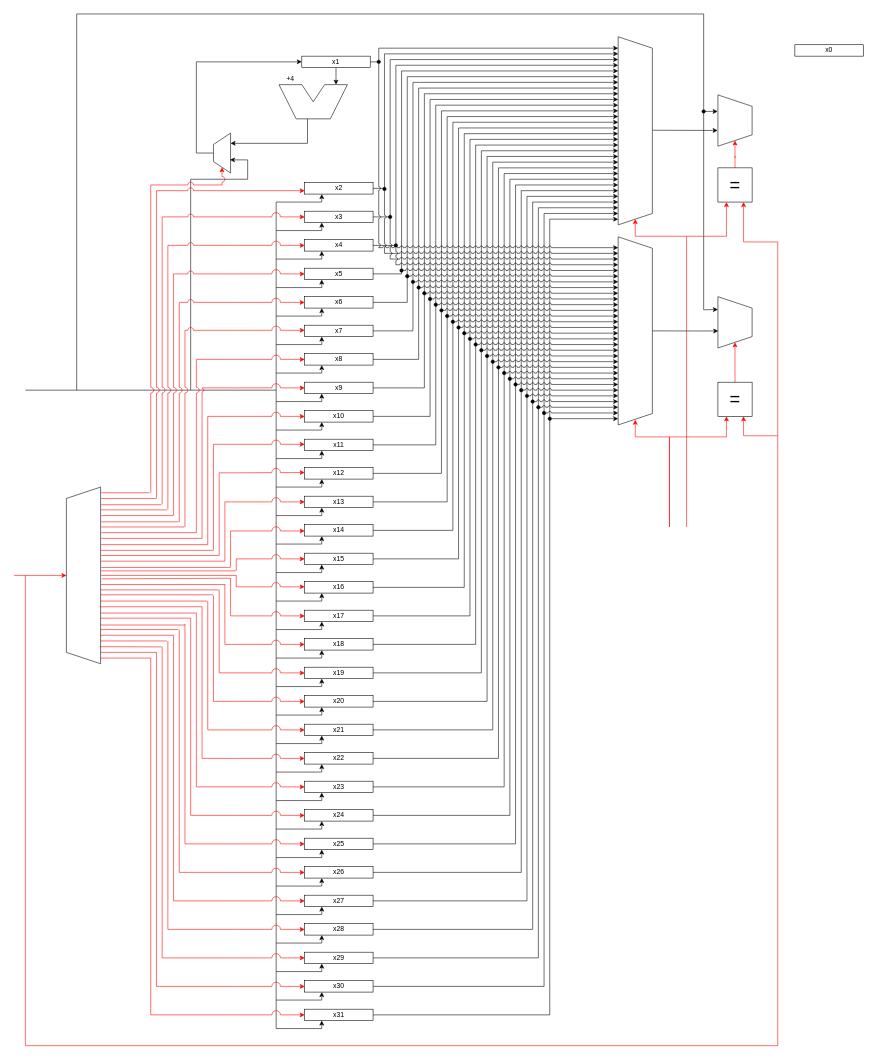
Kaveesha-98/065-538-720-GNC keeps this draw.io diagram as page "RegisterFile" (2 of 2) of Circuit_Drawings/DataPath.drawio. Above is the earlier version. Source tidied: cells renumbered, new cells numbered last; positions are measured from the earlier drawing's top-left corner, leaving out a move shared by most shapes. Both pictures are drawn from the tidied source at 57%, with x=0, y=0 at pixel (14, 14).
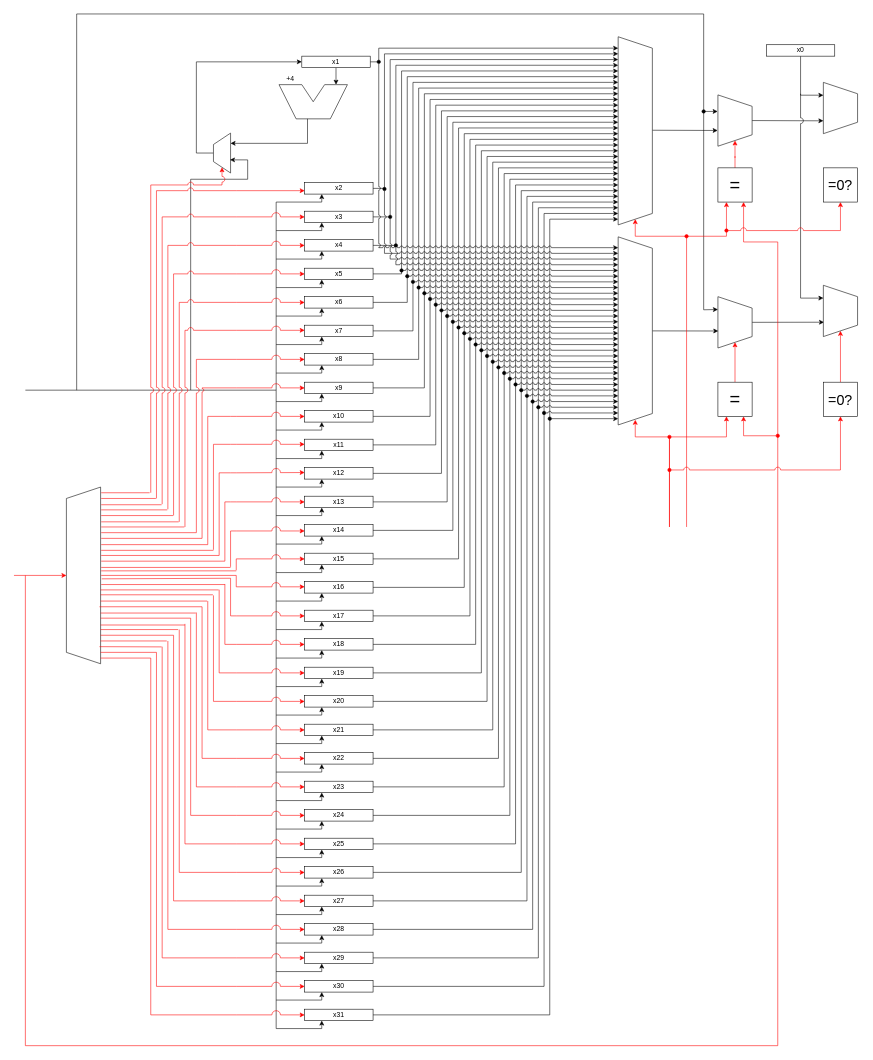
Above is the later version.

Unchanged cells that the change refers to:
```xml
<mxCell id="234" style="shape=trapezoid;perimeter=trapezoidPerimeter;whiteSpace=wrap;html=1;fixedSize=1;startSize=0;direction=south;" parent="1" vertex="1">
  <mxGeometry x="1235" y="142" width="60" height="90" as="geometry" />
</mxCell>
<mxCell id="237" style="shape=trapezoid;perimeter=trapezoidPerimeter;whiteSpace=wrap;html=1;fixedSize=1;startSize=0;direction=south;" parent="1" vertex="1">
  <mxGeometry x="1235" y="496" width="60" height="90" as="geometry" />
</mxCell>
<mxCell id="240" value="&lt;font style=&quot;font-size: 32px&quot;&gt;=&lt;/font&gt;" style="whiteSpace=wrap;html=1;startSize=0;" parent="1" vertex="1">
  <mxGeometry x="1235" y="646" width="60" height="60" as="geometry" />
</mxCell>
<mxCell id="242" value="&lt;font style=&quot;font-size: 32px&quot;&gt;=&lt;/font&gt;" style="whiteSpace=wrap;html=1;startSize=0;" parent="1" vertex="1">
  <mxGeometry x="1235" y="270" width="60" height="60" as="geometry" />
</mxCell>
```

Diff of the diagram source:
```diff
@@
+    <mxCell id="247" style="edgeStyle=orthogonalEdgeStyle;rounded=0;jumpStyle=arc;jumpSize=10;jettySize=auto;html=1;exitX=0.5;exitY=1;exitDx=0;exitDy=0;entryX=0.25;entryY=1;entryDx=0;entryDy=0;startArrow=none;startFill=0;startSize=6;endSize=6;sourcePerimeterSpacing=6;targetPerimeterSpacing=6;" parent="1" edge="1" source="2" target="250">
+      <mxGeometry relative="1" as="geometry" />
+    </mxCell>
     <mxCell id="2" value="x0" style="rounded=0;whiteSpace=wrap;html=1;" parent="1" vertex="1">
-      <mxGeometry x="1370" y="54" width="120" height="20" as="geometry" />
+      <mxGeometry x="1320" y="54" width="120" height="20" as="geometry" />
     </mxCell>
@@
+    <mxCell id="248" style="edgeStyle=orthogonalEdgeStyle;rounded=0;jumpStyle=arc;jumpSize=10;jettySize=auto;html=1;exitX=0.5;exitY=0;exitDx=0;exitDy=0;entryX=0.75;entryY=1;entryDx=0;entryDy=0;startArrow=none;startFill=0;endArrow=classic;endFill=1;startSize=6;endSize=6;sourcePerimeterSpacing=6;targetPerimeterSpacing=6;strokeColor=#000000;" parent="1" edge="1" source="234" target="250">
+      <mxGeometry relative="1" as="geometry" />
+    </mxCell>
@@
+    <mxCell id="249" style="edgeStyle=orthogonalEdgeStyle;rounded=0;jumpStyle=arc;jumpSize=10;jettySize=auto;html=1;exitX=0.5;exitY=0;exitDx=0;exitDy=0;startArrow=none;startFill=0;endArrow=classic;endFill=1;startSize=6;endSize=6;sourcePerimeterSpacing=6;targetPerimeterSpacing=6;strokeColor=#000000;entryX=0.72;entryY=0.982;entryDx=0;entryDy=0;entryPerimeter=0;" parent="1" edge="1" source="237" target="253">
+      <mxGeometry relative="1" as="geometry" />
+    </mxCell>
@@
-    <mxCell id="244" style="endArrow=classic;html=1;startSize=6;endSize=6;sourcePerimeterSpacing=6;targetPerimeterSpacing=6;strokeColor=#FF0000;entryX=0.75;entryY=1;entryDx=0;entryDy=0;rounded=0;" parent="1" edge="1" target="240">
+    <mxCell id="244" style="endArrow=classic;html=1;startSize=6;endSize=6;sourcePerimeterSpacing=6;targetPerimeterSpacing=6;strokeColor=#FF0000;entryX=0.75;entryY=1;entryDx=0;entryDy=0;rounded=0;startArrow=oval;startFill=1;" parent="1" edge="1" target="240">
       <mxGeometry relative="1" as="geometry">
         <mxPoint x="1340" y="740" as="sourcePoint" />
         <Array as="points">
           <mxPoint x="1280" y="740" />
         </Array>
       </mxGeometry>
     </mxCell>
-    <mxCell id="245" style="endArrow=classic;html=1;startSize=6;endSize=6;sourcePerimeterSpacing=6;targetPerimeterSpacing=6;strokeColor=#FF0000;entryX=0.25;entryY=1;entryDx=0;entryDy=0;rounded=0;" parent="1" edge="1" target="240">
+    <mxCell id="245" style="endArrow=classic;html=1;startSize=6;endSize=6;sourcePerimeterSpacing=6;targetPerimeterSpacing=6;strokeColor=#FF0000;entryX=0.25;entryY=1;entryDx=0;entryDy=0;rounded=0;startArrow=oval;startFill=1;" parent="1" edge="1" target="240">
       <mxGeometry relative="1" as="geometry">
         <mxPoint x="1150" y="742" as="sourcePoint" />
         <Array as="points">
           <mxPoint x="1250" y="742" />
         </Array>
       </mxGeometry>
     </mxCell>
-    <mxCell id="246" style="endArrow=classic;html=1;startSize=6;endSize=6;sourcePerimeterSpacing=6;targetPerimeterSpacing=6;strokeColor=#FF0000;entryX=0.25;entryY=1;entryDx=0;entryDy=0;rounded=0;" parent="1" edge="1" target="242">
+    <mxCell id="246" style="endArrow=classic;html=1;startSize=6;endSize=6;sourcePerimeterSpacing=6;targetPerimeterSpacing=6;strokeColor=#FF0000;entryX=0.25;entryY=1;entryDx=0;entryDy=0;rounded=0;startArrow=oval;startFill=1;" parent="1" edge="1" target="242">
       <mxGeometry relative="1" as="geometry">
         <mxPoint x="1180" y="390" as="sourcePoint" />
         <Array as="points">
           <mxPoint x="1250" y="390" />
         </Array>
       </mxGeometry>
     </mxCell>
+    <mxCell id="250" style="shape=trapezoid;perimeter=trapezoidPerimeter;whiteSpace=wrap;html=1;fixedSize=1;startSize=0;direction=south;" parent="1" vertex="1">
+      <mxGeometry x="1420" y="120" width="60" height="90" as="geometry" />
+    </mxCell>
+    <mxCell id="251" style="edgeStyle=orthogonalEdgeStyle;rounded=0;jumpStyle=arc;jumpSize=10;jettySize=auto;html=1;exitX=0.25;exitY=1;exitDx=0;exitDy=0;startArrow=classic;startFill=1;startSize=6;endSize=6;sourcePerimeterSpacing=6;targetPerimeterSpacing=6;strokeColor=#000000;endArrow=none;endFill=0;" parent="1" edge="1" source="253">
+      <mxGeometry relative="1" as="geometry">
+        <mxPoint x="1380" y="140" as="targetPoint" />
+        <Array as="points">
+          <mxPoint x="1380" y="498" />
+        </Array>
+      </mxGeometry>
+    </mxCell>
+    <mxCell id="252" style="edgeStyle=orthogonalEdgeStyle;rounded=0;jumpStyle=arc;jumpSize=10;jettySize=auto;html=1;exitX=1;exitY=0.5;exitDx=0;exitDy=0;entryX=0.5;entryY=0;entryDx=0;entryDy=0;startArrow=classic;startFill=1;endArrow=none;endFill=0;startSize=6;endSize=6;sourcePerimeterSpacing=6;targetPerimeterSpacing=6;strokeColor=#FF0000;" parent="1" edge="1" source="253" target="255">
+      <mxGeometry relative="1" as="geometry" />
+    </mxCell>
+    <mxCell id="253" style="shape=trapezoid;perimeter=trapezoidPerimeter;whiteSpace=wrap;html=1;fixedSize=1;startSize=0;direction=south;" parent="1" vertex="1">
+      <mxGeometry x="1420" y="476" width="60" height="90" as="geometry" />
+    </mxCell>
+    <mxCell id="254" style="edgeStyle=orthogonalEdgeStyle;rounded=0;jumpStyle=arc;jumpSize=10;jettySize=auto;html=1;exitX=0.5;exitY=1;exitDx=0;exitDy=0;startArrow=classic;startFill=1;endArrow=oval;endFill=1;startSize=6;endSize=6;sourcePerimeterSpacing=6;targetPerimeterSpacing=6;strokeColor=#FF0000;" parent="1" edge="1" source="255">
+      <mxGeometry relative="1" as="geometry">
+        <mxPoint x="1150" y="800" as="targetPoint" />
+        <Array as="points">
+          <mxPoint x="1450" y="800" />
+        </Array>
+      </mxGeometry>
+    </mxCell>
+    <mxCell id="255" value="&lt;font style=&quot;font-size: 25px&quot;&gt;=0?&lt;/font&gt;" style="whiteSpace=wrap;html=1;startSize=0;" parent="1" vertex="1">
+      <mxGeometry x="1420" y="646" width="60" height="60" as="geometry" />
+    </mxCell>
+    <mxCell id="256" style="edgeStyle=orthogonalEdgeStyle;rounded=0;jumpStyle=arc;jumpSize=10;jettySize=auto;html=1;exitX=0.5;exitY=1;exitDx=0;exitDy=0;startArrow=classic;startFill=1;endArrow=oval;endFill=1;startSize=6;endSize=6;sourcePerimeterSpacing=6;targetPerimeterSpacing=6;strokeColor=#FF0000;" parent="1" edge="1" source="257">
+      <mxGeometry relative="1" as="geometry">
+        <mxPoint x="1250" y="380" as="targetPoint" />
+        <Array as="points">
+          <mxPoint x="1450" y="380" />
+        </Array>
+      </mxGeometry>
+    </mxCell>
+    <mxCell id="257" value="&lt;font style=&quot;font-size: 25px&quot;&gt;=0?&lt;/font&gt;" style="whiteSpace=wrap;html=1;startSize=0;" parent="1" vertex="1">
+      <mxGeometry x="1420" y="270" width="60" height="60" as="geometry" />
+    </mxCell>
```
